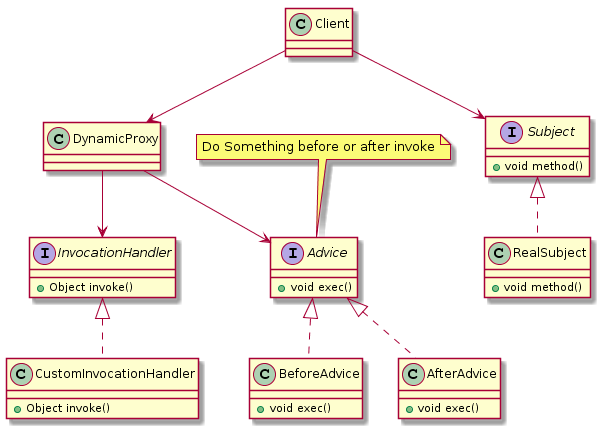
melodyfff/note keeps this PlantUML diagram as blog/source/img/dynamic_proxy.png. Above is the earlier version. Its diagram source:
```plantuml
@startuml
class Client{

}

class DynamicProxy{

}

interface InvocationHandler {
    + Object invoke()
}

class CustomInvocationHandler{
    + Object invoke()
}

interface Advice{
    + void exec()
}

class BeforeAdvice{
    + void exec()
}

class AfterAdvice{
    + void exec()
}

interface Subject{
    + void method()
}

class RealSubject{
    + void method()
}

Subject <|.. RealSubject

Client --> DynamicProxy

Client --> Subject

DynamicProxy --> InvocationHandler

DynamicProxy --> Advice

Advice <|.. BeforeAdvice

Advice <|.. AfterAdvice

InvocationHandler <|.. CustomInvocationHandler


note "Do Something before or after invoke" as N1
N1 .. Advice
@enduml
```
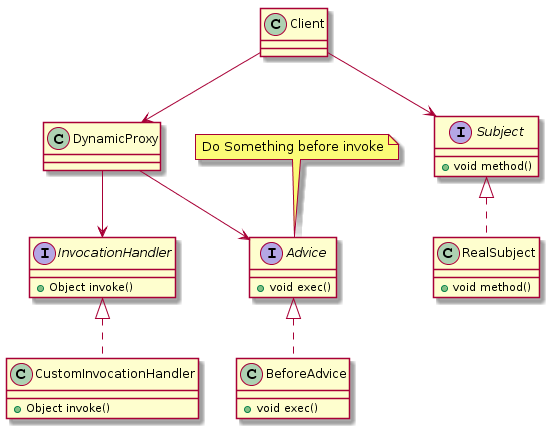
After the change.

Change to the diagram source:
```diff
@@ -23,9 +23,6 @@
     + void exec()
 }
 
-class AfterAdvice{
-    + void exec()
-}
 
 interface Subject{
     + void method()
@@ -47,11 +44,9 @@
 
 Advice <|.. BeforeAdvice
 
-Advice <|.. AfterAdvice
-
 InvocationHandler <|.. CustomInvocationHandler
 
 
-note "Do Something before or after invoke" as N1
+note "Do Something before invoke" as N1
 N1 .. Advice
 @enduml
```
